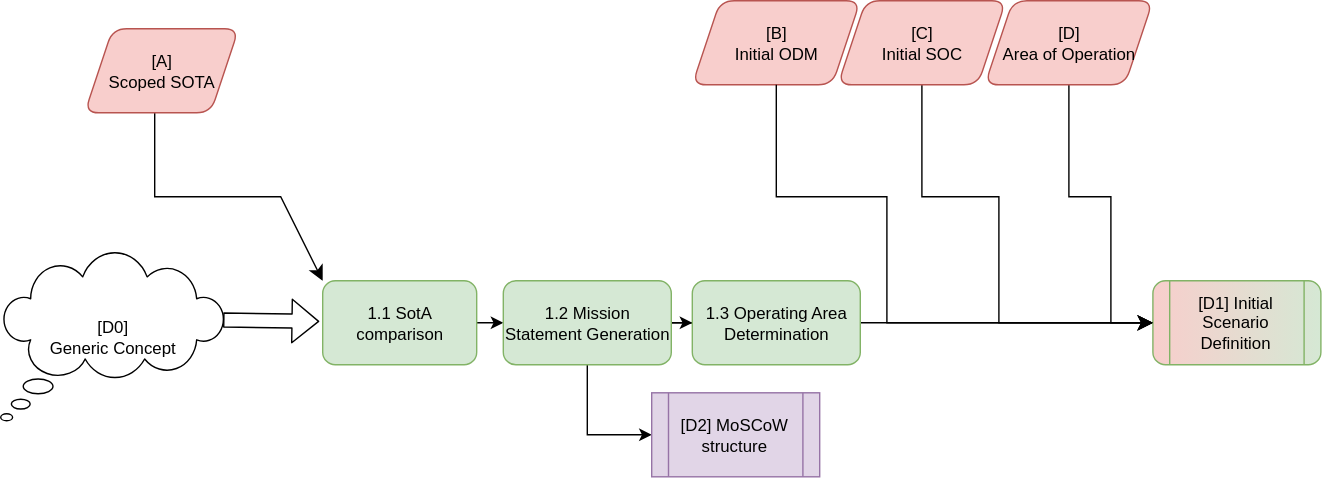
This is public/diagrams/step-1.svg from TortoiseFather/sacred-site, a draw.io export, as it was before one commit. Source tidied: cells renumbered, new cells last; positions are measured from the earlier drawing's top-left corner, leaving out a move shared by most shapes.
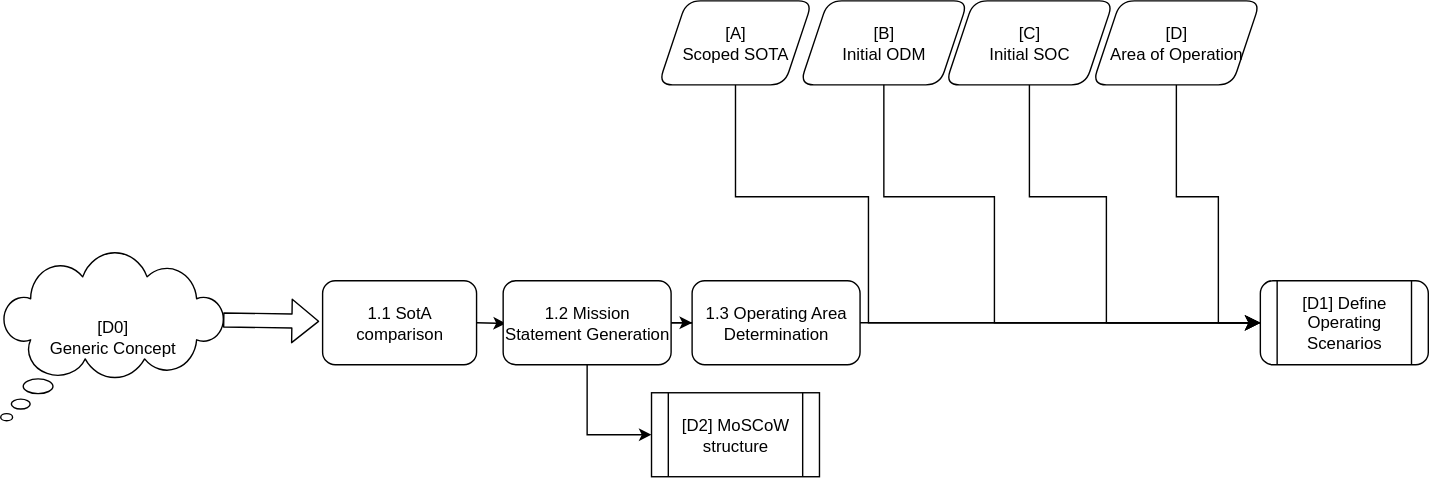
Later version of the same file.

Diff of the diagram source:
```diff
@@ -24,73 +24,72 @@
     <mxCell id="7" style="edgeStyle=orthogonalEdgeStyle;rounded=0;jettySize=auto;html=1;entryX=0;entryY=0.5;entryDx=0;entryDy=0;strokeColor=#000000;" parent="1" edge="1" source="8" target="21">
       <mxGeometry relative="1" as="geometry" />
     </mxCell>
-    <mxCell id="8" value="1.2 Mission Statement Generation" style="whiteSpace=wrap;html=1;rounded=1;strokeColor=#82b366;fillColor=#d5e8d4;" parent="1" vertex="1">
+    <mxCell id="8" value="1.2 Mission Statement Generation" style="whiteSpace=wrap;html=1;rounded=1;strokeColor=#000000;fontColor=#000000;fillColor=#FFFFFF;" parent="1" vertex="1">
       <mxGeometry x="359" y="200" width="120" height="60" as="geometry" />
     </mxCell>
-    <mxCell id="9" style="edgeStyle=none;curved=0;rounded=0;jettySize=auto;html=1;entryX=0;entryY=0;entryDx=0;entryDy=0;fontSize=12;startSize=8;endSize=8;strokeColor=#000000;" parent="1" edge="1" target="11">
+    <mxCell id="9" style="edgeStyle=none;curved=0;rounded=0;jettySize=auto;html=1;entryX=0;entryY=0.5;entryDx=0;entryDy=0;fontSize=12;startSize=8;endSize=8;strokeColor=#000000;" parent="1" edge="1" source="10">
       <mxGeometry relative="1" as="geometry">
-        <mxPoint x="110" y="80" as="sourcePoint" />
+        <mxPoint x="960" y="230" as="targetPoint" />
         <Array as="points">
-          <mxPoint x="110" y="140" />
-          <mxPoint x="200" y="140" />
+          <mxPoint x="525" y="140" />
+          <mxPoint x="620" y="140" />
+          <mxPoint x="620" y="230" />
         </Array>
       </mxGeometry>
     </mxCell>
-    <mxCell id="10" value="&lt;div&gt;&lt;span style=&quot;color: rgb(0, 0, 0);&quot;&gt;[A]&lt;/span&gt;&lt;/div&gt;&lt;div&gt;&lt;span style=&quot;color: rgb(0, 0, 0);&quot;&gt;Scoped SOTA&lt;/span&gt;&lt;/div&gt;" style="shape=parallelogram;perimeter=parallelogramPerimeter;whiteSpace=wrap;html=1;fixedSize=1;rounded=1;strokeColor=#b85450;fillColor=#f8cecc;" parent="1" vertex="1">
-      <mxGeometry x="60" y="20" width="110" height="60" as="geometry" />
+    <mxCell id="10" value="&lt;div&gt;&lt;span style=&quot;color: rgb(0, 0, 0);&quot;&gt;[A]&lt;/span&gt;&lt;/div&gt;&lt;div&gt;&lt;span style=&quot;color: rgb(0, 0, 0);&quot;&gt;Scoped SOTA&lt;/span&gt;&lt;/div&gt;" style="shape=parallelogram;perimeter=parallelogramPerimeter;whiteSpace=wrap;html=1;fixedSize=1;rounded=1;strokeColor=#000000;fontColor=#000000;fillColor=#FFFFFF;" parent="1" vertex="1">
+      <mxGeometry x="470" width="110" height="60" as="geometry" />
     </mxCell>
-    <mxCell id="11" value="1.1 SotA comparison" style="rounded=1;whiteSpace=wrap;html=1;strokeColor=#82b366;fillColor=#d5e8d4;" parent="1" vertex="1">
+    <mxCell id="11" value="1.1 SotA comparison" style="rounded=1;whiteSpace=wrap;html=1;strokeColor=#000000;fontColor=#000000;fillColor=#FFFFFF;" parent="1" vertex="1">
       <mxGeometry x="230" y="200" width="110" height="60" as="geometry" />
     </mxCell>
-    <mxCell id="12" style="edgeStyle=none;curved=1;rounded=1;jettySize=auto;html=1;entryX=0;entryY=0.5;entryDx=0;entryDy=0;fontSize=12;startSize=8;endSize=8;strokeColor=#000000;" parent="1" edge="1" target="16">
-      <mxGeometry relative="1" as="geometry">
-        <mxPoint x="537" y="230" as="sourcePoint" />
-      </mxGeometry>
+    <mxCell id="12" style="edgeStyle=none;curved=1;rounded=1;jettySize=auto;html=1;entryX=0;entryY=0.5;entryDx=0;entryDy=0;fontSize=12;startSize=8;endSize=8;strokeColor=#000000;" parent="1" edge="1" source="13" target="16">
+      <mxGeometry relative="1" as="geometry" />
     </mxCell>
-    <mxCell id="13" value="1.3 Operating Area Determination" style="rounded=1;whiteSpace=wrap;html=1;strokeColor=#82b366;fillColor=#d5e8d4;" parent="1" vertex="1">
+    <mxCell id="13" value="1.3 Operating Area Determination" style="rounded=1;whiteSpace=wrap;html=1;strokeColor=#000000;fontColor=#000000;fillColor=#FFFFFF;" parent="1" vertex="1">
       <mxGeometry x="494" y="200" width="120" height="60" as="geometry" />
     </mxCell>
     <mxCell id="14" style="edgeStyle=none;curved=0;rounded=0;jettySize=auto;html=1;entryX=0;entryY=0.5;entryDx=0;entryDy=0;fontSize=12;startSize=8;endSize=8;strokeColor=#000000;" parent="1" edge="1" source="15">
       <mxGeometry relative="1" as="geometry">
-        <mxPoint x="853" y="230" as="targetPoint" />
+        <mxPoint x="930" y="230" as="targetPoint" />
         <Array as="points">
-          <mxPoint x="763" y="140" />
-          <mxPoint x="793" y="140" />
-          <mxPoint x="793" y="230" />
+          <mxPoint x="840" y="140" />
+          <mxPoint x="870" y="140" />
+          <mxPoint x="870" y="230" />
         </Array>
       </mxGeometry>
     </mxCell>
-    <mxCell id="15" value="[D]&lt;div&gt;&lt;span style=&quot;color: rgb(0, 0, 0);&quot;&gt;Area of Operation&lt;/span&gt;&lt;/div&gt;" style="shape=parallelogram;perimeter=parallelogramPerimeter;whiteSpace=wrap;html=1;fixedSize=1;rounded=1;strokeColor=#b85450;fillColor=#f8cecc;" parent="1" vertex="1">
-      <mxGeometry x="703" width="120" height="60" as="geometry" />
+    <mxCell id="15" value="[D]&lt;div&gt;&lt;span style=&quot;color: rgb(0, 0, 0);&quot;&gt;Area of Operation&lt;/span&gt;&lt;/div&gt;" style="shape=parallelogram;perimeter=parallelogramPerimeter;whiteSpace=wrap;html=1;fixedSize=1;rounded=1;strokeColor=#000000;fontColor=#000000;fillColor=#FFFFFF;" parent="1" vertex="1">
+      <mxGeometry x="780" width="120" height="60" as="geometry" />
     </mxCell>
-    <mxCell id="16" value="[D1] Initial Scenario Definition" style="shape=process;whiteSpace=wrap;html=1;backgroundOutline=1;rounded=1;strokeColor=#82b366;fillColor=#d5e8d4;gradientDirection=west;gradientColor=#F8CECC;" parent="1" vertex="1">
-      <mxGeometry x="823" y="200" width="120" height="60" as="geometry" />
+    <mxCell id="16" value="[D1] Define Operating Scenarios" style="shape=process;whiteSpace=wrap;html=1;backgroundOutline=1;rounded=1;strokeColor=#000000;fontColor=#000000;fillColor=#FFFFFF;" parent="1" vertex="1">
+      <mxGeometry x="900" y="200" width="120" height="60" as="geometry" />
     </mxCell>
-    <mxCell id="17" value="&lt;div&gt;&lt;span style=&quot;color: rgb(0, 0, 0);&quot;&gt;[B]&lt;/span&gt;&lt;/div&gt;&lt;div&gt;&lt;span style=&quot;color: rgb(0, 0, 0);&quot;&gt;Initial ODM&lt;/span&gt;&lt;/div&gt;" style="shape=parallelogram;perimeter=parallelogramPerimeter;whiteSpace=wrap;html=1;fixedSize=1;rounded=1;strokeColor=#b85450;fillColor=#f8cecc;" parent="1" vertex="1">
-      <mxGeometry x="494" width="120" height="60" as="geometry" />
+    <mxCell id="17" value="&lt;div&gt;&lt;span style=&quot;color: rgb(0, 0, 0);&quot;&gt;[B]&lt;/span&gt;&lt;/div&gt;&lt;div&gt;&lt;span style=&quot;color: rgb(0, 0, 0);&quot;&gt;Initial ODM&lt;/span&gt;&lt;/div&gt;" style="shape=parallelogram;perimeter=parallelogramPerimeter;whiteSpace=wrap;html=1;fixedSize=1;rounded=1;strokeColor=#000000;fontColor=#000000;fillColor=#FFFFFF;" parent="1" vertex="1">
+      <mxGeometry x="571" width="120" height="60" as="geometry" />
     </mxCell>
     <mxCell id="18" style="edgeStyle=none;curved=0;rounded=0;jettySize=auto;html=1;exitX=0.5;exitY=1;exitDx=0;exitDy=0;entryX=0;entryY=0.5;entryDx=0;entryDy=0;fontSize=12;startSize=8;endSize=8;strokeColor=#000000;" parent="1" edge="1" source="19" target="16">
       <mxGeometry relative="1" as="geometry">
         <Array as="points">
-          <mxPoint x="658" y="140" />
-          <mxPoint x="713" y="140" />
-          <mxPoint x="713" y="230" />
+          <mxPoint x="735" y="140" />
+          <mxPoint x="790" y="140" />
+          <mxPoint x="790" y="230" />
         </Array>
       </mxGeometry>
     </mxCell>
-    <mxCell id="19" value="&lt;span style=&quot;color: rgb(0, 0, 0);&quot;&gt;[C]&lt;/span&gt;&lt;div&gt;&lt;span style=&quot;color: rgb(0, 0, 0);&quot;&gt;Initial SOC&lt;/span&gt;&lt;/div&gt;" style="shape=parallelogram;perimeter=parallelogramPerimeter;whiteSpace=wrap;html=1;fixedSize=1;rounded=1;strokeColor=#b85450;fillColor=#f8cecc;" parent="1" vertex="1">
-      <mxGeometry x="598" width="120" height="60" as="geometry" />
+    <mxCell id="19" value="&lt;span style=&quot;color: rgb(0, 0, 0);&quot;&gt;[C]&lt;/span&gt;&lt;div&gt;&lt;span style=&quot;color: rgb(0, 0, 0);&quot;&gt;Initial SOC&lt;/span&gt;&lt;/div&gt;" style="shape=parallelogram;perimeter=parallelogramPerimeter;whiteSpace=wrap;html=1;fixedSize=1;rounded=1;strokeColor=#000000;fontColor=#000000;fillColor=#FFFFFF;" parent="1" vertex="1">
+      <mxGeometry x="675" width="120" height="60" as="geometry" />
     </mxCell>
     <mxCell id="20" style="endArrow=classic;html=1;rounded=0;fontSize=12;startSize=8;endSize=8;curved=0;exitX=0.5;exitY=1;exitDx=0;exitDy=0;entryX=0;entryY=0.5;entryDx=0;entryDy=0;strokeColor=#000000;" parent="1" edge="1" source="17" target="16">
       <mxGeometry relative="1" as="geometry">
         <Array as="points">
-          <mxPoint x="554" y="140" />
-          <mxPoint x="633" y="140" />
-          <mxPoint x="633" y="230" />
+          <mxPoint x="631" y="140" />
+          <mxPoint x="710" y="140" />
+          <mxPoint x="710" y="230" />
         </Array>
       </mxGeometry>
     </mxCell>
-    <mxCell id="21" value="&lt;div&gt;&lt;span style=&quot;color: rgb(0, 0, 0);&quot;&gt;[D2] MoSCoW structure&lt;/span&gt;&lt;/div&gt;" style="shape=process;whiteSpace=wrap;html=1;backgroundOutline=1;fillColor=#e1d5e7;strokeColor=#9673a6;gradientDirection=west;" parent="1" vertex="1">
+    <mxCell id="21" value="&lt;div&gt;&lt;span style=&quot;color: rgb(0, 0, 0);&quot;&gt;[D2] MoSCoW structure&lt;/span&gt;&lt;/div&gt;" style="shape=process;whiteSpace=wrap;html=1;backgroundOutline=1;fillColor=#FFFFFF;strokeColor=#000000;" parent="1" vertex="1">
       <mxGeometry x="465" y="280" width="120" height="60" as="geometry" />
     </mxCell>
   </root>
```
